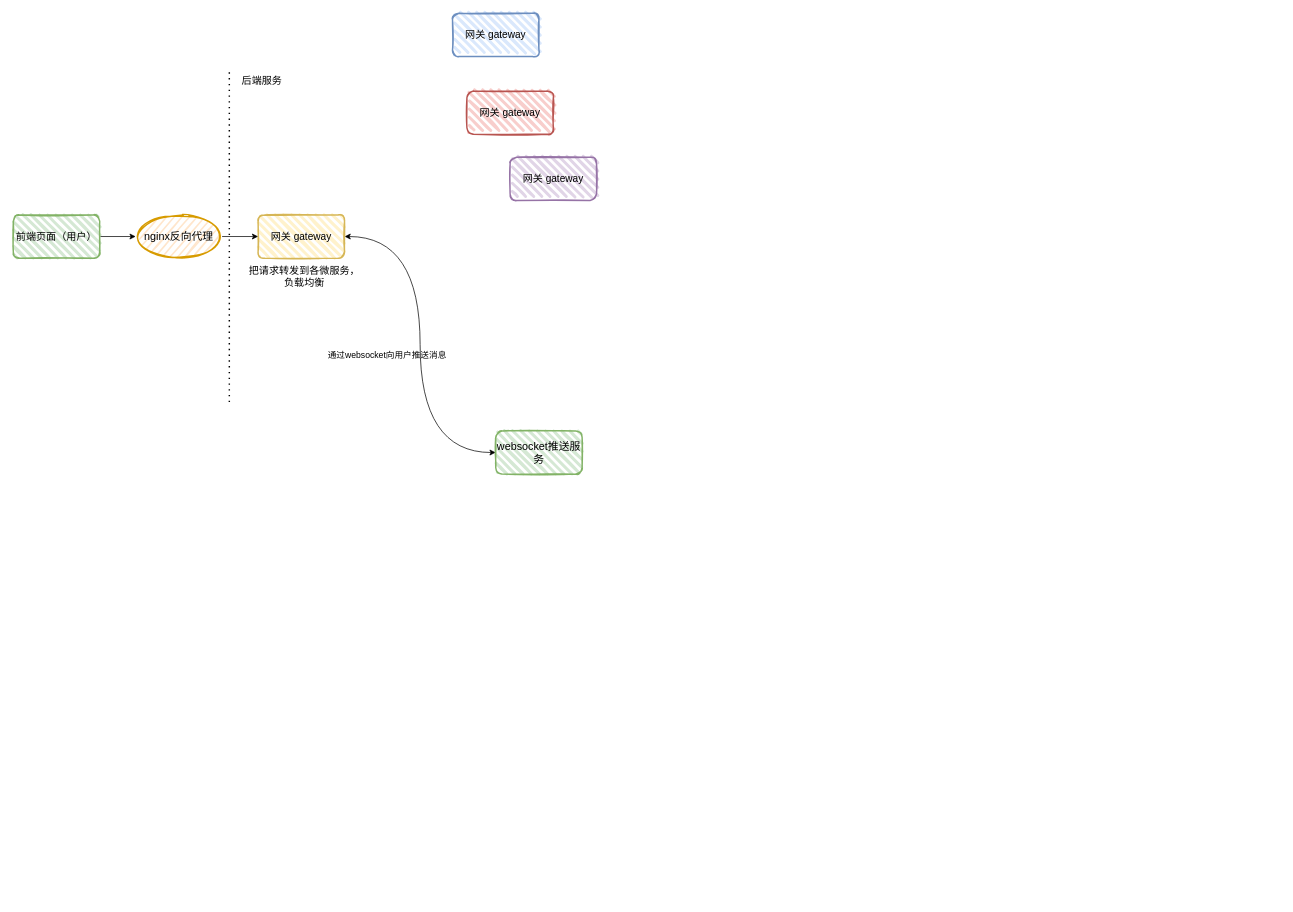
mtlaa/MtChat keeps this draw.io diagram as mtchat.drawio. Above is the earlier version. Source tidied: cells renumbered, new cells numbered last; positions are measured from the earlier drawing's top-left corner, leaving out a move shared by most shapes. Both pictures are drawn from the tidied source at 72%, with x=0, y=0 at pixel (13, 13).
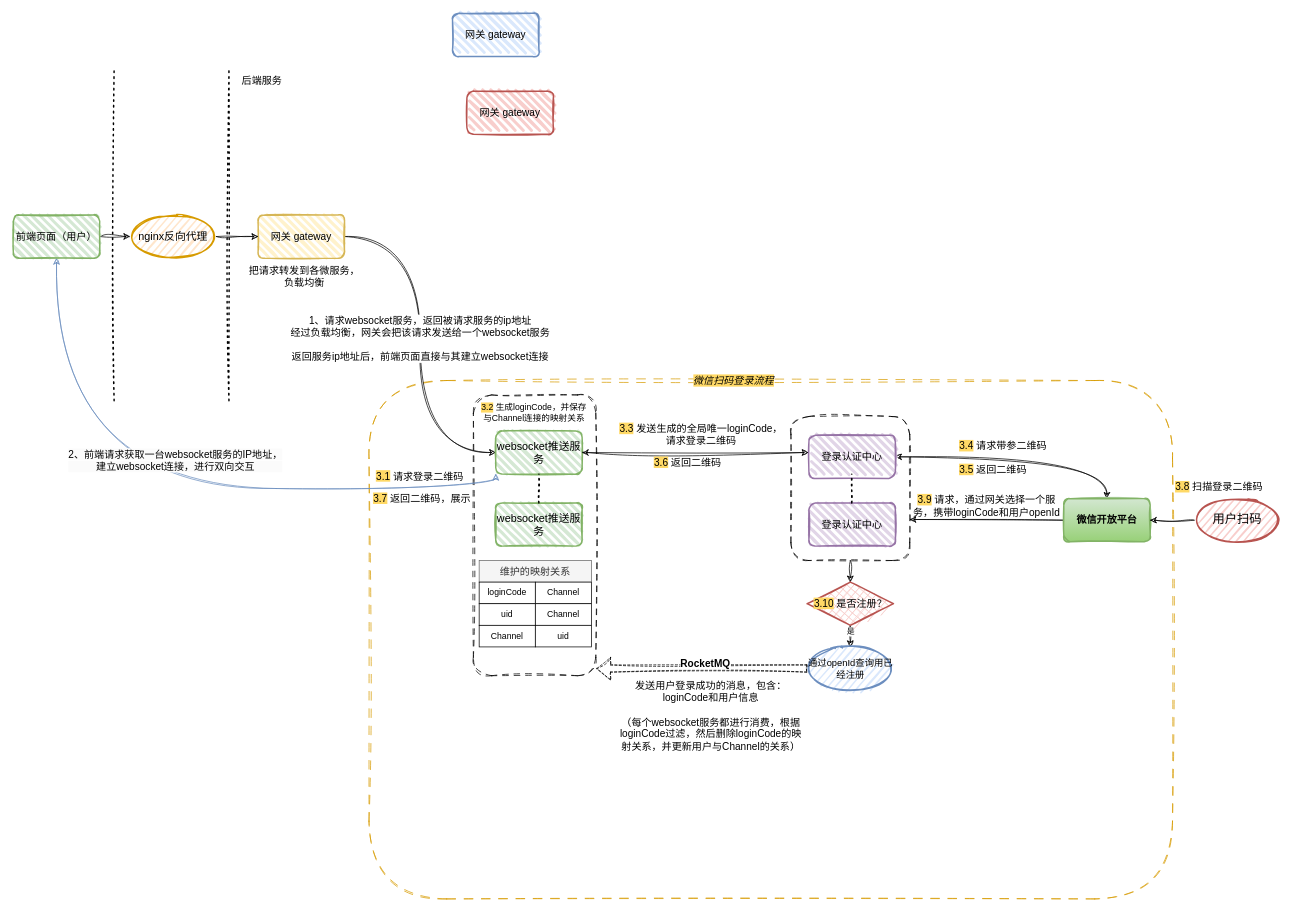
The same page after the edit.

The change refers to these unchanged cells:
```xml
<mxCell id="3" value="&lt;font style=&quot;font-size: 14px;&quot;&gt;前端页面（用户）&lt;/font&gt;" style="rounded=1;whiteSpace=wrap;html=1;strokeWidth=2;fillWeight=4;hachureGap=8;hachureAngle=45;fillColor=#d5e8d4;sketch=1;strokeColor=#82b366;" parent="1" vertex="1">
  <mxGeometry y="280" width="120" height="60" as="geometry" />
</mxCell>
```

The edit, as a diff of the source:
```diff
@@
+    <mxCell id="16" style="rounded=1;whiteSpace=wrap;html=1;dashed=1;dashPattern=12 12;sketch=1;curveFitting=1;jiggle=2;fillColor=none;strokeColor=#d79b00;" parent="1" vertex="1">
+      <mxGeometry x="494" y="510" width="1116" height="720" as="geometry" />
+    </mxCell>
+    <mxCell id="17" style="edgeStyle=orthogonalEdgeStyle;rounded=0;jettySize=auto;html=1;exitX=0.5;exitY=1;exitDx=0;exitDy=0;entryX=0.5;entryY=0;entryDx=0;entryDy=0;sketch=1;curveFitting=1;jiggle=2;" parent="1" edge="1" source="18" target="53">
+      <mxGeometry relative="1" as="geometry" />
+    </mxCell>
+    <mxCell id="18" style="rounded=1;whiteSpace=wrap;html=1;fillColor=none;dashed=1;dashPattern=8 8;sketch=1;curveFitting=1;jiggle=2;" parent="1" vertex="1">
+      <mxGeometry x="1080" y="560" width="165" height="200" as="geometry" />
+    </mxCell>
+    <mxCell id="19" style="rounded=1;whiteSpace=wrap;html=1;fillColor=none;dashed=1;dashPattern=8 8;sketch=1;curveFitting=1;jiggle=2;" parent="1" vertex="1">
+      <mxGeometry x="639" y="530" width="170" height="390" as="geometry" />
+    </mxCell>
-    <mxCell id="2" style="edgeStyle=orthogonalEdgeStyle;rounded=0;jettySize=auto;html=1;exitX=1;exitY=0.5;exitDx=0;exitDy=0;" parent="1" edge="1" source="3" target="7">
+    <mxCell id="2" style="edgeStyle=orthogonalEdgeStyle;rounded=0;jettySize=auto;html=1;exitX=1;exitY=0.5;exitDx=0;exitDy=0;sketch=1;curveFitting=1;jiggle=2;" parent="1" edge="1" source="3" target="7">
       <mxGeometry relative="1" as="geometry" />
     </mxCell>
+    <mxCell id="20" style="edgeStyle=orthogonalEdgeStyle;rounded=0;jettySize=auto;html=1;exitX=0.5;exitY=1;exitDx=0;exitDy=0;entryX=0;entryY=1;entryDx=0;entryDy=0;curved=1;sketch=1;curveFitting=1;jiggle=2;startArrow=classic;startFill=1;fillColor=#dae8fc;strokeColor=#6c8ebf;" parent="1" edge="1" source="3" target="14">
+      <mxGeometry relative="1" as="geometry" />
+    </mxCell>
+    <mxCell id="21" value="&lt;font style=&quot;background-color: rgb(251, 251, 251); font-size: 14px;&quot;&gt;2、前端请求获取一台websocket服务的IP地址，&lt;/font&gt;&lt;div style=&quot;background-color: rgb(251, 251, 251); font-size: 14px;&quot;&gt;建立websocket连接，进行双向交互&lt;/div&gt;" style="edgeLabel;html=1;align=center;verticalAlign=middle;" parent="20" vertex="1">
+      <mxGeometry x="0.05" y="18" relative="1" as="geometry">
+        <mxPoint x="-15" y="-22" as="offset" />
+      </mxGeometry>
+    </mxCell>
@@
-    <mxCell id="4" style="edgeStyle=orthogonalEdgeStyle;rounded=0;jettySize=auto;html=1;exitX=1;exitY=0.5;exitDx=0;exitDy=0;entryX=0;entryY=0.5;entryDx=0;entryDy=0;curved=1;startArrow=classic;startFill=1;" parent="1" edge="1" source="5" target="14">
+    <mxCell id="4" style="edgeStyle=orthogonalEdgeStyle;rounded=0;jettySize=auto;html=1;exitX=1;exitY=0.5;exitDx=0;exitDy=0;entryX=0;entryY=0.5;entryDx=0;entryDy=0;curved=1;sketch=1;curveFitting=1;jiggle=2;flowAnimation=0;shadow=0;" parent="1" edge="1" source="5" target="14">
       <mxGeometry relative="1" as="geometry" />
     </mxCell>
+    <mxCell id="22" value="&lt;font style=&quot;font-size: 14px;&quot;&gt;1、请求websocket服务，返回被请求服务的ip地址&lt;/font&gt;&lt;div style=&quot;font-size: 14px;&quot;&gt;&lt;font style=&quot;font-size: 14px;&quot;&gt;经过负载均衡，网关会把该请求发送给一个websocket服务&lt;/font&gt;&lt;/div&gt;&lt;div style=&quot;font-size: 14px;&quot;&gt;&lt;font style=&quot;font-size: 14px;&quot;&gt;&lt;br&gt;&lt;/font&gt;&lt;/div&gt;&lt;div style=&quot;font-size: 14px;&quot;&gt;&lt;font style=&quot;font-size: 14px;&quot;&gt;返回服务ip地址后，前端页面直接与其建立websocket连接&lt;/font&gt;&lt;/div&gt;" style="edgeLabel;html=1;align=center;verticalAlign=middle;" parent="4" vertex="1">
+      <mxGeometry x="-0.13" y="-1" relative="1" as="geometry">
+        <mxPoint y="24" as="offset" />
+      </mxGeometry>
+    </mxCell>
-    <mxCell id="5" value="&lt;font style=&quot;font-size: 14px;&quot;&gt;网关 gateway&lt;/font&gt;" style="rounded=1;whiteSpace=wrap;html=1;strokeWidth=2;fillWeight=4;hachureGap=8;hachureAngle=45;fillColor=#fff2cc;sketch=1;strokeColor=#d6b656;" parent="1" vertex="1">
+    <mxCell id="5" value="&lt;font style=&quot;font-size: 14px;&quot;&gt;网关 gateway&lt;/font&gt;" style="rounded=1;whiteSpace=wrap;html=1;strokeWidth=2;fillWeight=4;hachureGap=8;hachureAngle=45;fillColor=#fff2cc;sketch=1;strokeColor=#d6b656;glass=0;" parent="1" vertex="1">
       <mxGeometry x="340" y="280" width="120" height="60" as="geometry" />
     </mxCell>
-    <mxCell id="6" style="edgeStyle=orthogonalEdgeStyle;rounded=0;jettySize=auto;html=1;exitX=1;exitY=0.5;exitDx=0;exitDy=0;entryX=0;entryY=0.5;entryDx=0;entryDy=0;" parent="1" edge="1" source="7" target="5">
+    <mxCell id="6" style="edgeStyle=orthogonalEdgeStyle;rounded=0;jettySize=auto;html=1;exitX=1;exitY=0.5;exitDx=0;exitDy=0;entryX=0;entryY=0.5;entryDx=0;entryDy=0;sketch=1;curveFitting=1;jiggle=2;" parent="1" edge="1" source="7" target="5">
       <mxGeometry relative="1" as="geometry" />
     </mxCell>
     <mxCell id="7" value="&lt;font style=&quot;font-size: 15px;&quot;&gt;nginx反向代理&lt;/font&gt;" style="ellipse;whiteSpace=wrap;html=1;strokeWidth=2;fillWeight=2;hachureGap=8;fillColor=#ffe6cc;fillStyle=dots;sketch=1;strokeColor=#d79b00;" parent="1" vertex="1">
-      <mxGeometry x="170" y="280" width="120" height="60" as="geometry" />
+      <mxGeometry x="162" y="280" width="120" height="60" as="geometry" />
     </mxCell>
-    <mxCell id="8" style="endArrow=none;dashed=1;html=1;dashPattern=1 3;strokeWidth=2;rounded=0;" parent="1" edge="1">
+    <mxCell id="8" style="endArrow=none;dashed=1;html=1;dashPattern=1 3;strokeWidth=2;rounded=0;sketch=1;curveFitting=1;jiggle=2;" parent="1" edge="1">
       <mxGeometry relative="1" as="geometry">
-        <mxPoint x="300" y="540" as="sourcePoint" />
-        <mxPoint x="300" y="80" as="targetPoint" />
+        <mxPoint x="299.5" y="538" as="sourcePoint" />
+        <mxPoint x="299.5" y="78" as="targetPoint" />
       </mxGeometry>
     </mxCell>
@@
+    <mxCell id="23" style="edgeStyle=orthogonalEdgeStyle;rounded=0;jettySize=auto;html=1;exitX=1;exitY=0.5;exitDx=0;exitDy=0;entryX=0.5;entryY=0;entryDx=0;entryDy=0;curved=1;sketch=1;curveFitting=1;jiggle=2;startArrow=classic;startFill=1;" parent="1" edge="1" source="13" target="30">
+      <mxGeometry relative="1" as="geometry" />
+    </mxCell>
-    <mxCell id="13" value="&lt;font style=&quot;font-size: 14px;&quot;&gt;网关 gateway&lt;/font&gt;" style="rounded=1;whiteSpace=wrap;html=1;strokeWidth=2;fillWeight=4;hachureGap=8;hachureAngle=45;fillColor=#e1d5e7;sketch=1;strokeColor=#9673a6;" parent="1" vertex="1">
-      <mxGeometry x="690" y="200" width="120" height="60" as="geometry" />
+    <mxCell id="13" value="&lt;font style=&quot;font-size: 14px;&quot;&gt;登录认证中心&lt;/font&gt;" style="rounded=1;whiteSpace=wrap;html=1;strokeWidth=2;fillWeight=4;hachureGap=8;hachureAngle=45;fillColor=#e1d5e7;sketch=1;strokeColor=#9673a6;" parent="1" vertex="1">
+      <mxGeometry x="1105" y="586" width="120" height="60" as="geometry" />
     </mxCell>
-    <mxCell id="14" value="&lt;font style=&quot;font-size: 15px;&quot;&gt;websocket推送服务&lt;/font&gt;" style="rounded=1;whiteSpace=wrap;html=1;strokeWidth=2;fillWeight=4;hachureGap=8;hachureAngle=45;fillColor=#d5e8d4;sketch=1;strokeColor=#82b366;" parent="1" vertex="1">
+    <mxCell id="14" value="&lt;font style=&quot;font-size: 15px;&quot;&gt;websocket推送服务&lt;/font&gt;" style="rounded=1;whiteSpace=wrap;html=1;strokeWidth=2;fillWeight=4;hachureGap=8;hachureAngle=45;fillColor=#d5e8d4;sketch=1;strokeColor=#82b366;shadow=0;" parent="1" vertex="1">
       <mxGeometry x="670" y="580" width="120" height="60" as="geometry" />
     </mxCell>
-    <mxCell id="15" value="通过websocket向用户推送消息" style="text;html=1;align=center;verticalAlign=middle;strokeColor=none;fillColor=none;" parent="1" vertex="1">
-      <mxGeometry x="424" y="460" width="190" height="30" as="geometry" />
-    </mxCell>
+    <mxCell id="24" style="endArrow=none;dashed=1;html=1;dashPattern=1 3;strokeWidth=2;rounded=0;sketch=1;curveFitting=1;jiggle=2;" parent="1" edge="1">
+      <mxGeometry relative="1" as="geometry">
+        <mxPoint x="140" y="538" as="sourcePoint" />
+        <mxPoint x="140" y="78" as="targetPoint" />
+      </mxGeometry>
+    </mxCell>
+    <mxCell id="25" value="&lt;font style=&quot;font-size: 15px;&quot;&gt;websocket推送服务&lt;/font&gt;" style="rounded=1;whiteSpace=wrap;html=1;strokeWidth=2;fillWeight=4;hachureGap=8;hachureAngle=45;fillColor=#d5e8d4;sketch=1;strokeColor=#82b366;shadow=0;" parent="1" vertex="1">
+      <mxGeometry x="670" y="680" width="120" height="60" as="geometry" />
+    </mxCell>
+    <mxCell id="26" style="endArrow=none;dashed=1;html=1;dashPattern=1 3;strokeWidth=2;rounded=0;entryX=0.5;entryY=1;entryDx=0;entryDy=0;exitX=0.5;exitY=0;exitDx=0;exitDy=0;sketch=1;curveFitting=1;jiggle=2;" parent="1" edge="1" source="25" target="14">
+      <mxGeometry relative="1" as="geometry" />
+    </mxCell>
+    <mxCell id="27" value="&lt;font style=&quot;font-size: 14px;&quot;&gt;登录认证中心&lt;/font&gt;" style="rounded=1;whiteSpace=wrap;html=1;strokeWidth=2;fillWeight=4;hachureGap=8;hachureAngle=45;fillColor=#e1d5e7;sketch=1;strokeColor=#9673a6;" parent="1" vertex="1">
+      <mxGeometry x="1105" y="680" width="120" height="60" as="geometry" />
+    </mxCell>
+    <mxCell id="28" style="endArrow=none;dashed=1;html=1;dashPattern=1 3;strokeWidth=2;rounded=0;entryX=0.5;entryY=1;entryDx=0;entryDy=0;exitX=0.5;exitY=0;exitDx=0;exitDy=0;sketch=1;curveFitting=1;jiggle=2;" parent="1" edge="1">
+      <mxGeometry relative="1" as="geometry">
+        <mxPoint x="1164.5" y="680" as="sourcePoint" />
+        <mxPoint x="1164.5" y="640" as="targetPoint" />
+      </mxGeometry>
+    </mxCell>
+    <mxCell id="29" style="rounded=0;jettySize=auto;html=1;exitX=0;exitY=0.5;exitDx=0;exitDy=0;entryX=1;entryY=0.715;entryDx=0;entryDy=0;entryPerimeter=0;sketch=1;curveFitting=1;jiggle=2;" parent="1" edge="1" source="30" target="18">
+      <mxGeometry relative="1" as="geometry" />
+    </mxCell>
+    <mxCell id="30" value="&lt;font style=&quot;font-size: 14px;&quot;&gt;&lt;b&gt;微信开放平台&lt;/b&gt;&lt;/font&gt;" style="rounded=1;whiteSpace=wrap;html=1;strokeWidth=2;fillWeight=4;hachureGap=8;hachureAngle=45;fillColor=#d5e8d4;sketch=1;strokeColor=#82b366;gradientColor=#97d077;glass=0;shadow=0;" parent="1" vertex="1">
+      <mxGeometry x="1459" y="674" width="120" height="60" as="geometry" />
+    </mxCell>
+    <mxCell id="31" style="edgeStyle=orthogonalEdgeStyle;rounded=0;jettySize=auto;html=1;exitX=1;exitY=0.5;exitDx=0;exitDy=0;entryX=-0.008;entryY=0.4;entryDx=0;entryDy=0;entryPerimeter=0;sketch=1;curveFitting=1;jiggle=2;startArrow=classic;startFill=1;" parent="1" edge="1" source="14" target="13">
+      <mxGeometry relative="1" as="geometry" />
+    </mxCell>
+    <mxCell id="32" value="&lt;font style=&quot;font-size: 14px;&quot;&gt;维护的映射关系&lt;/font&gt;" style="rounded=0;whiteSpace=wrap;html=1;fillColor=#f5f5f5;fontColor=#333333;strokeColor=#666666;" parent="1" vertex="1">
+      <mxGeometry x="647" y="760" width="156" height="30" as="geometry" />
+    </mxCell>
+    <mxCell id="33" value="loginCode" style="rounded=0;whiteSpace=wrap;html=1;" parent="1" vertex="1">
+      <mxGeometry x="647" y="790" width="78" height="30" as="geometry" />
+    </mxCell>
+    <mxCell id="34" value="Channel" style="rounded=0;whiteSpace=wrap;html=1;" parent="1" vertex="1">
+      <mxGeometry x="725" y="790" width="78" height="30" as="geometry" />
+    </mxCell>
+    <mxCell id="35" value="uid" style="rounded=0;whiteSpace=wrap;html=1;" parent="1" vertex="1">
+      <mxGeometry x="647" y="820" width="78" height="30" as="geometry" />
+    </mxCell>
+    <mxCell id="36" value="Channel" style="rounded=0;whiteSpace=wrap;html=1;" parent="1" vertex="1">
+      <mxGeometry x="725" y="820" width="78" height="30" as="geometry" />
+    </mxCell>
+    <mxCell id="37" value="Channel" style="rounded=0;whiteSpace=wrap;html=1;" parent="1" vertex="1">
+      <mxGeometry x="647" y="850" width="78" height="30" as="geometry" />
+    </mxCell>
+    <mxCell id="38" value="uid" style="rounded=0;whiteSpace=wrap;html=1;" parent="1" vertex="1">
+      <mxGeometry x="725" y="850" width="78" height="30" as="geometry" />
+    </mxCell>
+    <mxCell id="39" value="&lt;span style=&quot;font-size: 14px;&quot;&gt;&lt;font style=&quot;font-size: 14px;&quot;&gt;&lt;span style=&quot;background-color: rgb(255, 217, 102);&quot;&gt;3.3&lt;/span&gt;&lt;span style=&quot;background-color: rgb(255, 255, 255);&quot;&gt; 发送生成的全局唯一loginCode，&lt;/span&gt;&lt;/font&gt;&lt;/span&gt;&lt;div style=&quot;font-size: 14px;&quot;&gt;&lt;font style=&quot;font-size: 14px;&quot;&gt;请求登录二维码&lt;/font&gt;&lt;/div&gt;" style="text;html=1;align=center;verticalAlign=middle;strokeColor=none;fillColor=none;" parent="1" vertex="1">
+      <mxGeometry x="830" y="560" width="250" height="50" as="geometry" />
+    </mxCell>
+    <mxCell id="40" value="微信扫码登录流程" style="text;html=1;align=center;verticalAlign=middle;strokeColor=none;fillColor=none;fontStyle=2;fontSize=14;labelBackgroundColor=#FFD966;" parent="1" vertex="1">
+      <mxGeometry x="930" y="495" width="140" height="30" as="geometry" />
+    </mxCell>
+    <mxCell id="41" value="&lt;font style=&quot;font-size: 14px;&quot;&gt;&lt;span style=&quot;background-color: rgb(255, 217, 102);&quot;&gt;3.1&lt;/span&gt; 请求登录二维码&lt;/font&gt;" style="text;html=1;align=center;verticalAlign=middle;whiteSpace=wrap;rounded=0;" parent="1" vertex="1">
+      <mxGeometry x="500" y="628" width="130" height="30" as="geometry" />
+    </mxCell>
+    <mxCell id="42" value="&lt;font style=&quot;font-size: 12px;&quot;&gt;&lt;span style=&quot;background-color: rgb(255, 217, 102);&quot;&gt;3.2&lt;/span&gt; 生成loginCode，并保存与Channel连接的映射关系&lt;/font&gt;" style="text;html=1;align=center;verticalAlign=middle;whiteSpace=wrap;rounded=0;" parent="1" vertex="1">
+      <mxGeometry x="647" y="540" width="153" height="30" as="geometry" />
+    </mxCell>
+    <mxCell id="43" value="&lt;font style=&quot;font-size: 14px;&quot;&gt;&lt;span style=&quot;background-color: rgb(255, 217, 102);&quot;&gt;3.9&lt;/span&gt;&amp;nbsp;请求，通过网关选择一个服务，&lt;/font&gt;&lt;span style=&quot;font-size: 14px; background-color: initial;&quot;&gt;携带loginCode和用户openId&lt;/span&gt;" style="text;html=1;align=center;verticalAlign=middle;whiteSpace=wrap;rounded=0;" parent="1" vertex="1">
+      <mxGeometry x="1245" y="669" width="214" height="30" as="geometry" />
+    </mxCell>
+    <mxCell id="44" value="&lt;font style=&quot;font-size: 14px;&quot;&gt;&lt;span style=&quot;background-color: rgb(255, 217, 102);&quot;&gt;3.4&lt;/span&gt;&amp;nbsp;请求带参二维码&lt;/font&gt;" style="text;html=1;align=center;verticalAlign=middle;whiteSpace=wrap;rounded=0;" parent="1" vertex="1">
+      <mxGeometry x="1310" y="586" width="130" height="30" as="geometry" />
+    </mxCell>
+    <mxCell id="45" value="&lt;font style=&quot;font-size: 14px;&quot;&gt;&lt;span style=&quot;background-color: rgb(255, 217, 102);&quot;&gt;3.5&lt;/span&gt;&amp;nbsp;返回二维码&lt;/font&gt;" style="text;html=1;align=center;verticalAlign=middle;whiteSpace=wrap;rounded=0;" parent="1" vertex="1">
+      <mxGeometry x="1296" y="619" width="130" height="30" as="geometry" />
+    </mxCell>
+    <mxCell id="46" value="&lt;font style=&quot;font-size: 14px;&quot;&gt;&lt;span style=&quot;background-color: rgb(255, 217, 102);&quot;&gt;3.6&lt;/span&gt;&amp;nbsp;返回二维码&lt;/font&gt;" style="text;html=1;align=center;verticalAlign=middle;whiteSpace=wrap;rounded=0;" parent="1" vertex="1">
+      <mxGeometry x="872" y="609" width="130" height="30" as="geometry" />
+    </mxCell>
+    <mxCell id="47" value="&lt;font style=&quot;font-size: 14px;&quot;&gt;&lt;span style=&quot;background-color: rgb(255, 217, 102);&quot;&gt;3.7&lt;/span&gt;&amp;nbsp;返回二维码，展示&lt;/font&gt;" style="text;html=1;align=center;verticalAlign=middle;whiteSpace=wrap;rounded=0;" parent="1" vertex="1">
+      <mxGeometry x="491" y="659" width="154" height="30" as="geometry" />
+    </mxCell>
+    <mxCell id="48" style="edgeStyle=orthogonalEdgeStyle;rounded=0;jettySize=auto;html=1;exitX=0;exitY=0.5;exitDx=0;exitDy=0;entryX=1;entryY=0.5;entryDx=0;entryDy=0;sketch=1;curveFitting=1;jiggle=2;" parent="1" edge="1" source="49" target="30">
+      <mxGeometry relative="1" as="geometry" />
+    </mxCell>
+    <mxCell id="49" value="&lt;font style=&quot;font-size: 17px;&quot;&gt;用户扫码&lt;/font&gt;" style="ellipse;whiteSpace=wrap;html=1;strokeWidth=2;fillWeight=2;hachureGap=8;fillColor=#f8cecc;fillStyle=dots;sketch=1;strokeColor=#b85450;" parent="1" vertex="1">
+      <mxGeometry x="1640" y="674" width="120" height="60" as="geometry" />
+    </mxCell>
+    <mxCell id="50" value="&lt;font style=&quot;font-size: 14px;&quot;&gt;&lt;span style=&quot;background-color: rgb(255, 217, 102);&quot;&gt;3.8&lt;/span&gt;&amp;nbsp;扫描登录二维码&lt;/font&gt;" style="text;html=1;align=center;verticalAlign=middle;whiteSpace=wrap;rounded=0;" parent="1" vertex="1">
+      <mxGeometry x="1610" y="643" width="130" height="30" as="geometry" />
+    </mxCell>
+    <mxCell id="51" style="edgeStyle=orthogonalEdgeStyle;rounded=0;jettySize=auto;html=1;exitX=0.5;exitY=1;exitDx=0;exitDy=0;entryX=0.5;entryY=0;entryDx=0;entryDy=0;sketch=1;curveFitting=1;jiggle=2;" parent="1" edge="1" source="53" target="54">
+      <mxGeometry relative="1" as="geometry" />
+    </mxCell>
+    <mxCell id="52" value="是" style="edgeLabel;html=1;align=center;verticalAlign=middle;" parent="51" vertex="1">
+      <mxGeometry x="-0.47" relative="1" as="geometry" />
+    </mxCell>
+    <mxCell id="53" value="&lt;font style=&quot;font-size: 14px;&quot;&gt;&lt;span style=&quot;background-color: rgb(255, 217, 102);&quot;&gt;3.10&lt;/span&gt;&amp;nbsp;是否注册？&lt;/font&gt;" style="rhombus;whiteSpace=wrap;html=1;strokeWidth=2;fillWeight=-1;hachureGap=8;fillStyle=cross-hatch;fillColor=#f8cecc;sketch=1;strokeColor=#b85450;" parent="1" vertex="1">
+      <mxGeometry x="1102.5" y="790" width="120" height="60" as="geometry" />
+    </mxCell>
+    <mxCell id="54" value="&lt;font style=&quot;font-size: 13px;&quot;&gt;通过openId查询用已经注册&lt;/font&gt;" style="ellipse;whiteSpace=wrap;html=1;strokeWidth=2;fillWeight=2;hachureGap=8;fillColor=#dae8fc;fillStyle=dots;sketch=1;strokeColor=#6c8ebf;" parent="1" vertex="1">
+      <mxGeometry x="1102.5" y="880" width="120" height="60" as="geometry" />
+    </mxCell>
+    <mxCell id="55" style="rounded=0;orthogonalLoop=1;jettySize=auto;html=1;exitX=0;exitY=0.5;exitDx=0;exitDy=0;sketch=1;curveFitting=1;jiggle=2;dashed=1;shape=flexArrow;" parent="1" edge="1">
+      <mxGeometry relative="1" as="geometry">
+        <mxPoint x="1102.5" y="910" as="sourcePoint" />
+        <mxPoint x="810" y="910" as="targetPoint" />
+      </mxGeometry>
+    </mxCell>
+    <mxCell id="56" value="&lt;font style=&quot;font-size: 14px;&quot;&gt;&lt;b&gt;RocketMQ&lt;/b&gt;&lt;/font&gt;" style="edgeLabel;html=1;align=center;verticalAlign=middle;" parent="55" vertex="1">
+      <mxGeometry x="0.08" y="2" relative="1" as="geometry">
+        <mxPoint x="16" y="-10" as="offset" />
+      </mxGeometry>
+    </mxCell>
+    <mxCell id="57" value="&lt;span style=&quot;font-size: 14px;&quot;&gt;发送用户登录成功的消息，包含：loginCode和用户信息&lt;/span&gt;&lt;div&gt;&lt;span style=&quot;font-size: 14px;&quot;&gt;&lt;br&gt;&lt;/span&gt;&lt;/div&gt;&lt;div&gt;&lt;span style=&quot;font-size: 14px;&quot;&gt;（每个websocket服务都进行消费，根据loginCode过滤，然后删除loginCode的映射关系，并更新用户与Channel的关系）&lt;/span&gt;&lt;/div&gt;" style="text;html=1;align=center;verticalAlign=middle;whiteSpace=wrap;rounded=0;" parent="1" vertex="1">
+      <mxGeometry x="840" y="913" width="258" height="125" as="geometry" />
+    </mxCell>
```
